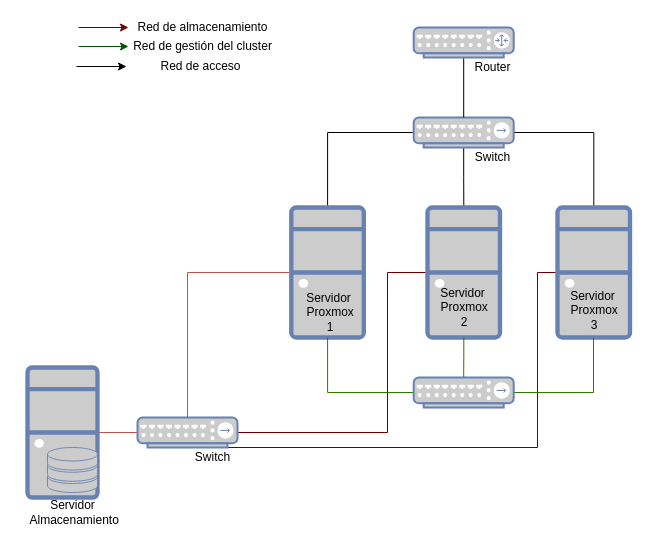
The draw.io diagram modulo2/img/escenario3.drawio in iesgn/curso_proxmox_cep, before the edit. Source tidied: cells renumbered, new cells numbered last; positions are measured from the earlier drawing's top-left corner, leaving out a move shared by most shapes. Both pictures are drawn from the tidied source at 100%, with x=0, y=0 at pixel (17, 17).
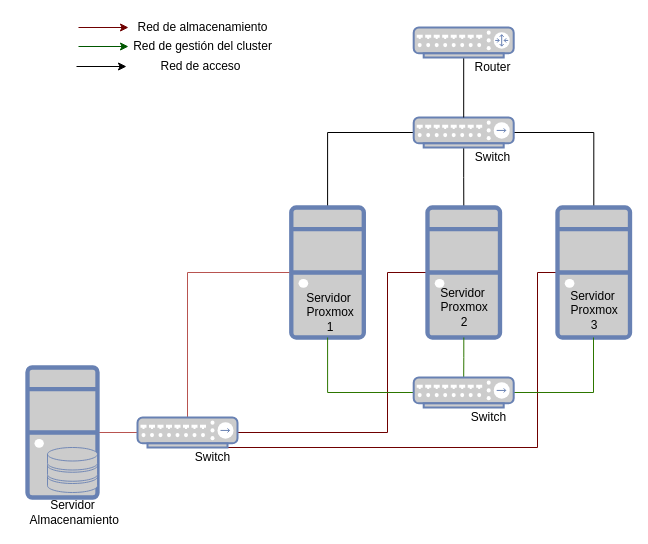
The same diagram, later.

What changed in the source:
```diff
@@
+    <mxCell id="36" value="Switch" style="text;html=1;align=center;verticalAlign=middle;fillColor=none;strokeColor=none;rounded=0;" parent="1" vertex="1">
+      <mxGeometry x="446.2" y="390" width="50" height="20" as="geometry" />
+    </mxCell>
```
